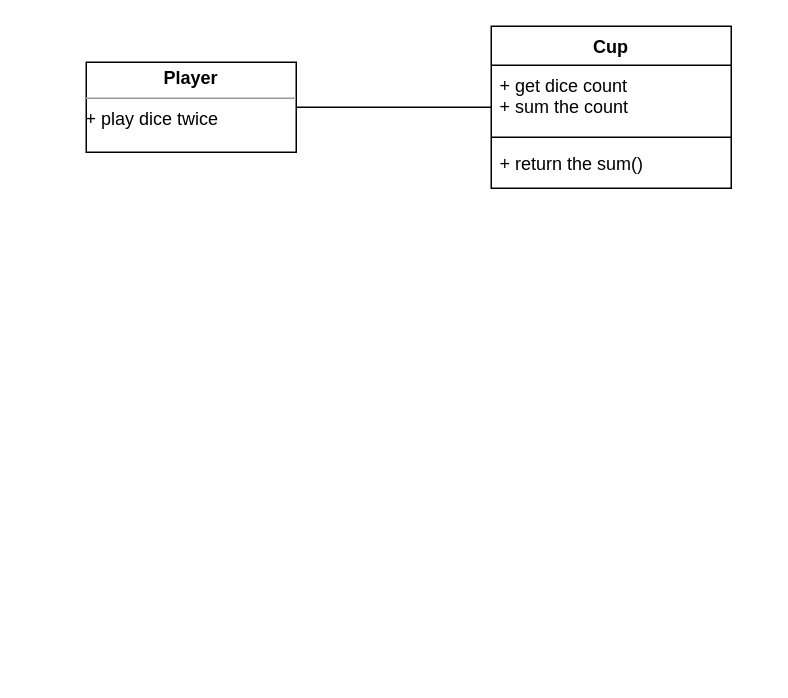
The draw.io diagram Yuhao/Untitled Diagram.drawio in 1kzpro/international, before the edit. Source tidied: cells renumbered, new cells numbered last; positions are measured from the earlier drawing's top-left corner, leaving out a move shared by most shapes. Both pictures are drawn from the tidied source at 150%, with x=0, y=0 at pixel (86, 26).
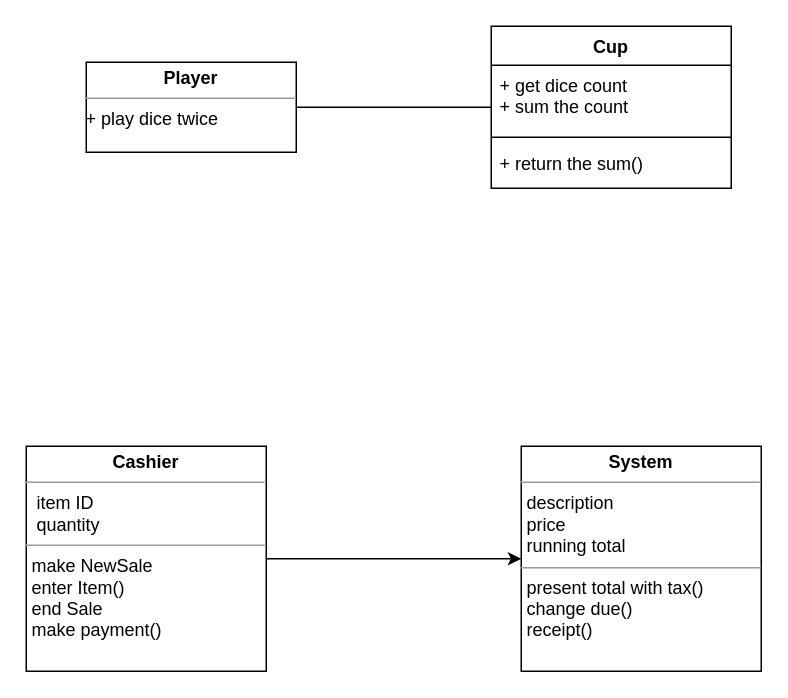
After the change.

Change to the diagram source:
```diff
@@
 <mxGraphModel>
   <root>
     <mxCell id="0" />
     <mxCell id="1" parent="0" />
     <mxCell id="2" value="Cup" style="swimlane;fontStyle=1;align=center;verticalAlign=top;horizontal=1;startSize=26;" parent="1" vertex="1">
       <mxGeometry x="270" width="160" height="108" as="geometry" />
     </mxCell>
     <mxCell id="3" value="+ get dice count&#10;+ sum the count" style="text;strokeColor=none;fillColor=none;align=left;verticalAlign=top;spacingLeft=4;spacingRight=4;overflow=hidden;" parent="2" vertex="1">
       <mxGeometry y="26" width="160" height="44" as="geometry" />
     </mxCell>
     <mxCell id="4" style="line;strokeWidth=1;fillColor=none;align=left;verticalAlign=middle;spacingTop=-1;spacingLeft=3;spacingRight=3;labelPosition=right;" parent="2" vertex="1">
       <mxGeometry y="70" width="160" height="8" as="geometry" />
     </mxCell>
     <mxCell id="5" value="+ return the sum()" style="text;strokeColor=none;fillColor=none;align=left;verticalAlign=top;spacingLeft=4;spacingRight=4;overflow=hidden;" parent="2" vertex="1">
       <mxGeometry y="78" width="160" height="30" as="geometry" />
     </mxCell>
     <mxCell id="6" value="&lt;p style=&quot;margin: 0px ; margin-top: 4px ; text-align: center&quot;&gt;&lt;b&gt;Player&lt;/b&gt;&lt;/p&gt;&lt;hr size=&quot;1&quot;&gt;&lt;div style=&quot;height: 2px&quot;&gt;+ play dice twice&lt;/div&gt;" style="verticalAlign=top;align=left;overflow=fill;fontSize=12;fontFamily=Helvetica;html=1;" parent="1" vertex="1">
       <mxGeometry y="24" width="140" height="60" as="geometry" />
     </mxCell>
     <mxCell id="7" style="endArrow=none;html=1;rounded=0;exitX=1;exitY=0.5;exitDx=0;exitDy=0;" parent="1" edge="1" source="6">
       <mxGeometry relative="1" as="geometry">
         <mxPoint x="270" y="54" as="targetPoint" />
       </mxGeometry>
     </mxCell>
+    <mxCell id="8" value="&lt;p style=&quot;margin: 0px ; margin-top: 4px ; text-align: center&quot;&gt;&lt;b&gt;System&lt;/b&gt;&lt;/p&gt;&lt;hr size=&quot;1&quot;&gt;&lt;p style=&quot;margin: 0px ; margin-left: 4px&quot;&gt;description&lt;/p&gt;&lt;p style=&quot;margin: 0px ; margin-left: 4px&quot;&gt;price&lt;/p&gt;&lt;p style=&quot;margin: 0px ; margin-left: 4px&quot;&gt;running total&lt;/p&gt;&lt;hr size=&quot;1&quot;&gt;&lt;p style=&quot;margin: 0px ; margin-left: 4px&quot;&gt;present total with tax()&lt;/p&gt;&lt;p style=&quot;margin: 0px ; margin-left: 4px&quot;&gt;change due()&lt;/p&gt;&lt;p style=&quot;margin: 0px ; margin-left: 4px&quot;&gt;receipt()&lt;/p&gt;" style="verticalAlign=top;align=left;overflow=fill;fontSize=12;fontFamily=Helvetica;html=1;" parent="1" vertex="1">
+      <mxGeometry x="290" y="280" width="160" height="150" as="geometry" />
+    </mxCell>
+    <mxCell id="9" style="edgeStyle=orthogonalEdgeStyle;rounded=0;jettySize=auto;html=1;entryX=0;entryY=0.5;entryDx=0;entryDy=0;" parent="1" edge="1" source="10" target="8">
+      <mxGeometry relative="1" as="geometry" />
+    </mxCell>
+    <mxCell id="10" value="&lt;p style=&quot;margin: 0px ; margin-top: 4px ; text-align: center&quot;&gt;&lt;b&gt;Cashier&lt;/b&gt;&lt;/p&gt;&lt;hr size=&quot;1&quot;&gt;&lt;p style=&quot;margin: 0px ; margin-left: 4px&quot;&gt;&amp;nbsp;item ID&lt;/p&gt;&lt;p style=&quot;margin: 0px ; margin-left: 4px&quot;&gt;&amp;nbsp;quantity&lt;/p&gt;&lt;hr size=&quot;1&quot;&gt;&lt;p style=&quot;margin: 0px ; margin-left: 4px&quot;&gt;&lt;span&gt;make NewSale&lt;/span&gt;&lt;/p&gt;&lt;p style=&quot;margin: 0px ; margin-left: 4px&quot;&gt;&lt;span&gt;enter Item()&lt;/span&gt;&lt;br&gt;&lt;/p&gt;&lt;p style=&quot;margin: 0px ; margin-left: 4px&quot;&gt;&lt;span&gt;end Sale&lt;/span&gt;&lt;/p&gt;&lt;p style=&quot;margin: 0px ; margin-left: 4px&quot;&gt;&lt;span&gt;make payment()&lt;/span&gt;&lt;/p&gt;&lt;p style=&quot;margin: 0px ; margin-left: 4px&quot;&gt;&lt;span&gt;&lt;br&gt;&lt;/span&gt;&lt;/p&gt;&lt;p style=&quot;margin: 0px ; margin-left: 4px&quot;&gt;&lt;span&gt;&lt;br&gt;&lt;/span&gt;&lt;/p&gt;" style="verticalAlign=top;align=left;overflow=fill;fontSize=12;fontFamily=Helvetica;html=1;" parent="1" vertex="1">
+      <mxGeometry x="-40" y="280" width="160" height="150" as="geometry" />
+    </mxCell>
   </root>
 </mxGraphModel>
```
